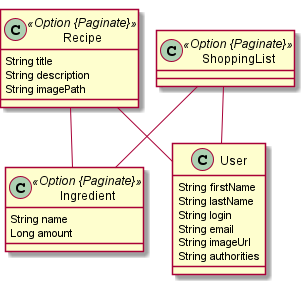
Earlier version of the PlantUML export jhipster-jdl.png (lrasata/recipe-book-project).
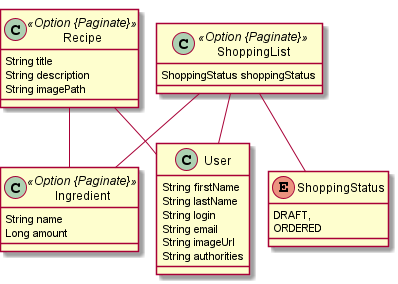
Above is the later version.

The edit, as a diff of the source:
```diff
@@ -11,6 +11,12 @@
 		Long amount
 	}
 	class ShoppingList <<Option {Paginate}>> {
+		ShoppingStatus shoppingStatus
+	}
+	ShoppingList ..> ShoppingStatus
+	enum ShoppingStatus {
+		DRAFT,
+		ORDERED
 	}
 	Recipe  "user 0..1 " -- "0..1 "  User
 	ShoppingList  "user 0..1 " -- "0..1 "  User
```
